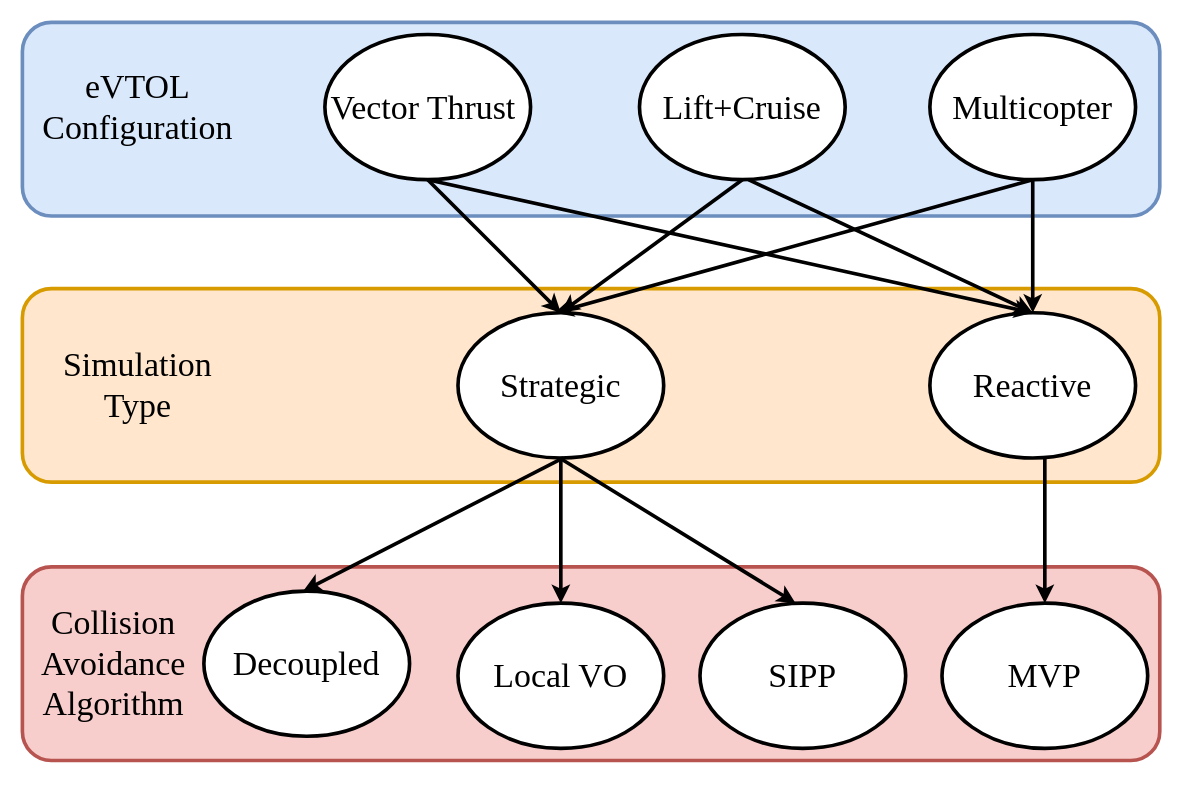
Before: page "Page-17" (16 of 16) of cvpr-paper.drawio in mrinmoysarkar/draw_io_projects, a draw.io diagram. Source tidied: cells renumbered, new cells numbered last; positions are measured from the earlier drawing's top-left corner, leaving out a move shared by most shapes. Both pictures are drawn from the tidied source at 121%, with x=0, y=0 at pixel (22, 22).
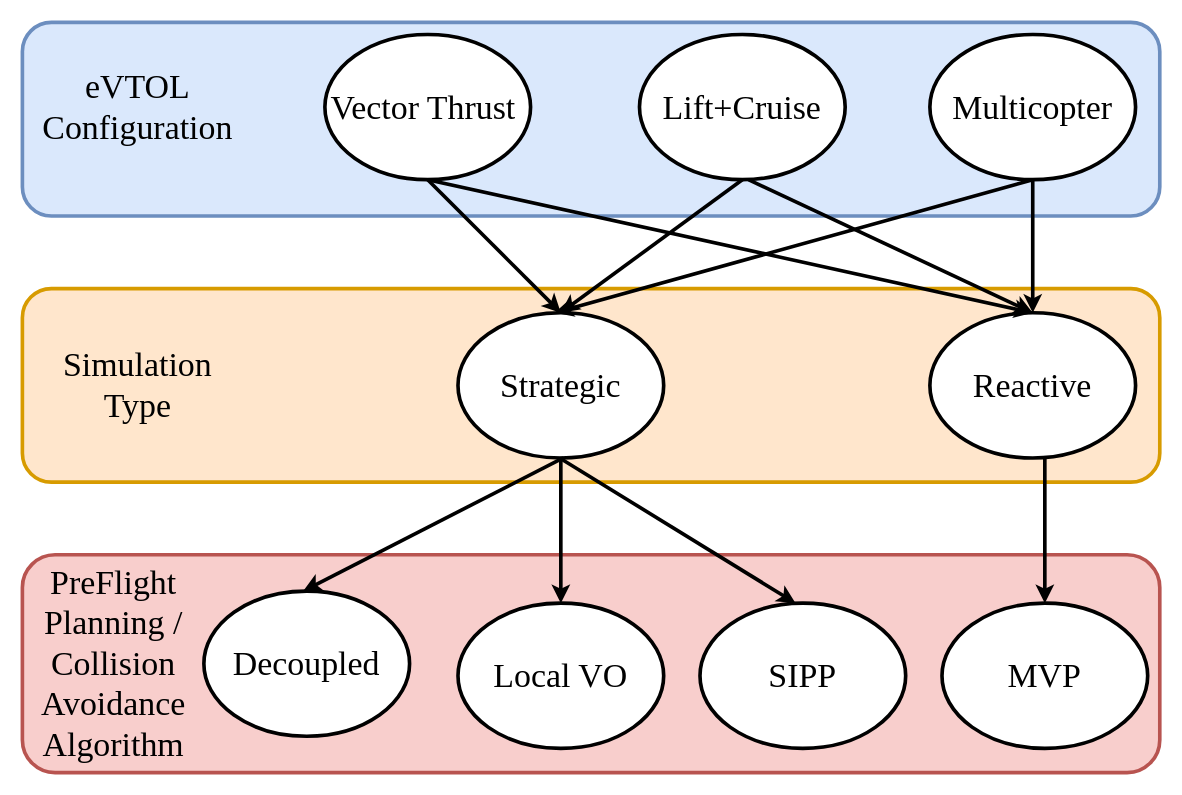
Above is the later version.

Diff of the diagram source:
```diff
@@
     <mxCell id="2" style="rounded=1;whiteSpace=wrap;html=1;fontFamily=Times New Roman;fontSize=28;strokeWidth=3;fillColor=#f8cecc;strokeColor=#b85450;" parent="1" vertex="1">
-      <mxGeometry y="450" width="940" height="160" as="geometry" />
+      <mxGeometry y="440" width="940" height="180" as="geometry" />
     </mxCell>
@@
-    <mxCell id="26" value="Collision &lt;br&gt;Avoidance &lt;br&gt;Algorithm" style="text;html=1;align=center;verticalAlign=middle;strokeColor=none;fillColor=none;fontSize=28;fontFamily=Times New Roman;" parent="1" vertex="1">
-      <mxGeometry x="10" y="475" width="130" height="110" as="geometry" />
+    <mxCell id="26" value="PreFlight &lt;br&gt;Planning / &lt;br&gt;Collision &lt;br&gt;Avoidance &lt;br&gt;Algorithm" style="text;html=1;align=center;verticalAlign=middle;strokeColor=none;fillColor=none;fontSize=28;fontFamily=Times New Roman;" parent="1" vertex="1">
+      <mxGeometry x="10" y="440" width="130" height="180" as="geometry" />
     </mxCell>
```
